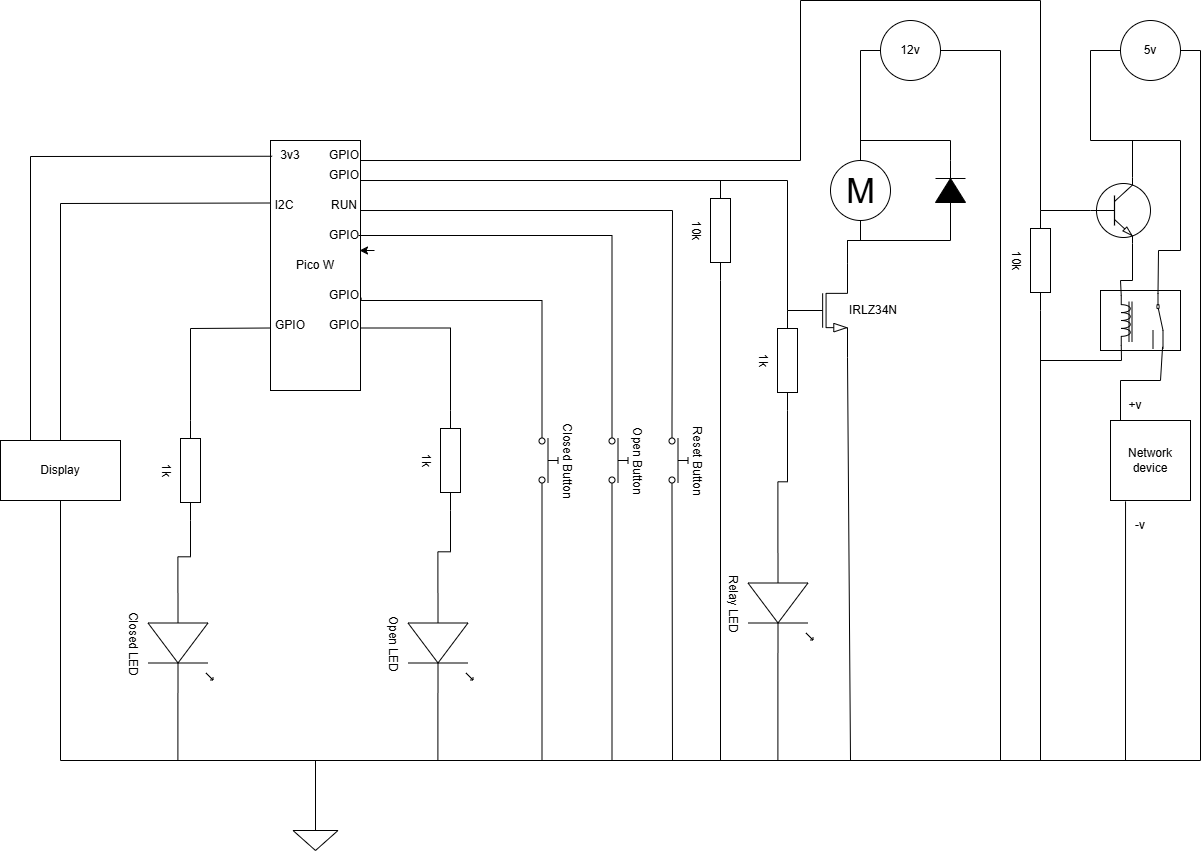
Above: images/SMIBHID circuit diagram.drawio.png in somakeit/smibhid (draw.io), before the change. Source tidied: cells renumbered, new cells last; positions are measured from the earlier drawing's top-left corner, leaving out a move shared by most shapes.
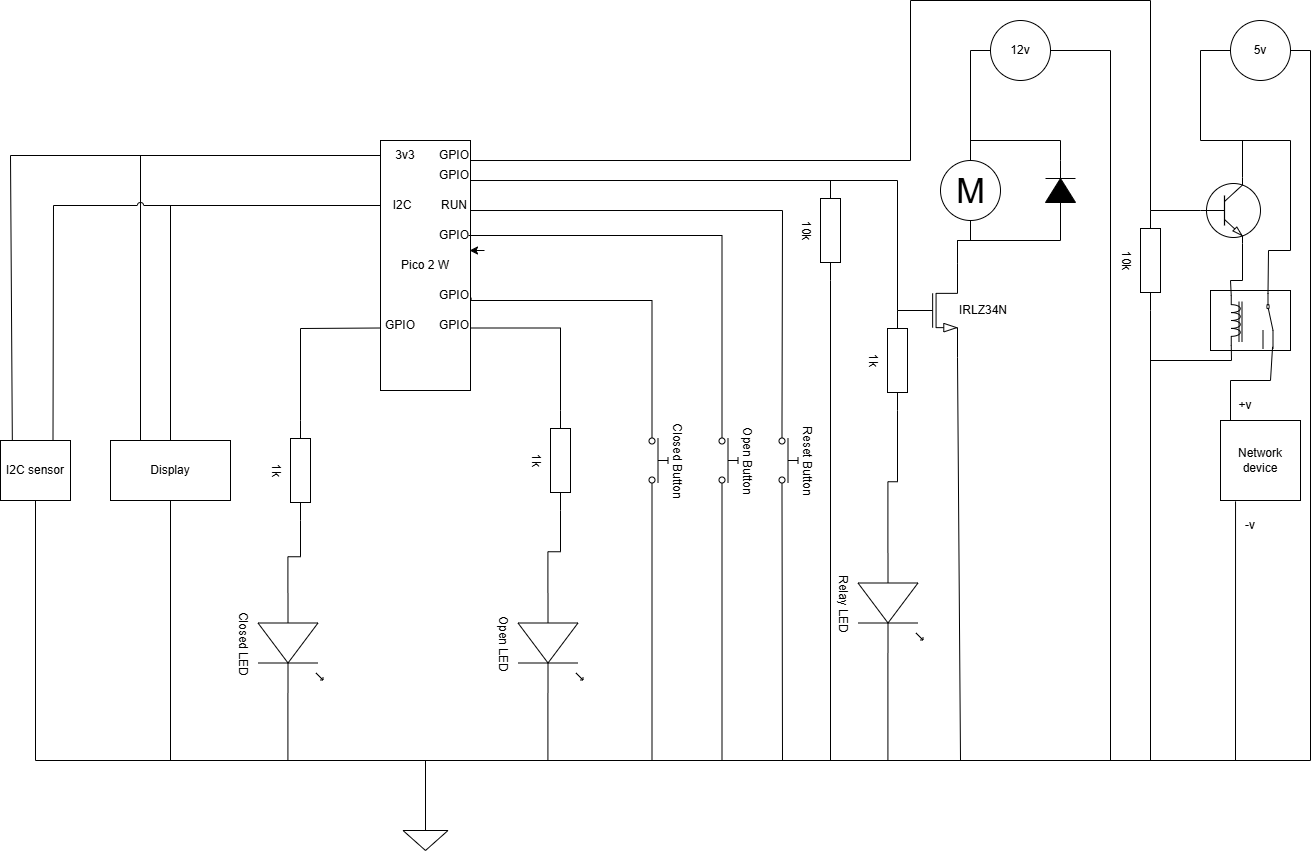
After the commit.

Commit message:
Update circuit diagram and move readme to Pico 2 w.

Change to the diagram source:
```diff
@@ -2,7 +2,7 @@
   <root>
     <mxCell id="0" />
     <mxCell id="1" parent="0" />
-    <mxCell id="2" value="Pico W" style="rounded=0;whiteSpace=wrap;html=1;" parent="1" vertex="1">
+    <mxCell id="2" value="Pico 2 W" style="rounded=0;whiteSpace=wrap;html=1;" parent="1" vertex="1">
       <mxGeometry x="270" y="140" width="90" height="250" as="geometry" />
     </mxCell>
     <mxCell id="3" style="endArrow=none;html=1;rounded=0;entryX=0;entryY=0.75;entryDx=0;entryDy=0;exitX=0;exitY=0.5;exitDx=0;exitDy=0;exitPerimeter=0;" parent="1" edge="1" source="4" target="2">
@@ -109,22 +109,22 @@
       <mxGeometry x="314" y="310" width="60" height="30" as="geometry" />
     </mxCell>
     <mxCell id="26" value="I2C" style="text;html=1;align=center;verticalAlign=middle;whiteSpace=wrap;rounded=0;" parent="1" vertex="1">
-      <mxGeometry x="254" y="190" width="60" height="30" as="geometry" />
+      <mxGeometry x="270" y="190" width="44" height="30" as="geometry" />
     </mxCell>
-    <mxCell id="27" style="endArrow=none;html=1;rounded=0;exitX=0.5;exitY=0;exitDx=0;exitDy=0;entryX=0;entryY=0.25;entryDx=0;entryDy=0;" parent="1" edge="1" source="20" target="2">
+    <mxCell id="27" style="endArrow=none;html=1;rounded=0;exitX=0.5;exitY=0;exitDx=0;exitDy=0;entryX=0;entryY=0.5;entryDx=0;entryDy=0;" parent="1" edge="1" source="20" target="26">
       <mxGeometry relative="1" as="geometry">
         <Array as="points">
-          <mxPoint x="60" y="203" />
+          <mxPoint x="60" y="205" />
         </Array>
       </mxGeometry>
     </mxCell>
     <mxCell id="28" value="3v3" style="text;html=1;align=center;verticalAlign=middle;whiteSpace=wrap;rounded=0;" parent="1" vertex="1">
-      <mxGeometry x="260" y="140" width="60" height="30" as="geometry" />
+      <mxGeometry x="270" y="140" width="50" height="30" as="geometry" />
     </mxCell>
-    <mxCell id="29" style="endArrow=none;html=1;rounded=0;exitX=0.25;exitY=0;exitDx=0;exitDy=0;entryX=0.018;entryY=0.063;entryDx=0;entryDy=0;entryPerimeter=0;" parent="1" edge="1" source="20" target="2">
+    <mxCell id="29" style="endArrow=none;html=1;rounded=0;exitX=0.25;exitY=0;exitDx=0;exitDy=0;entryX=0;entryY=0.5;entryDx=0;entryDy=0;" parent="1" edge="1" source="20" target="28">
       <mxGeometry relative="1" as="geometry">
         <Array as="points">
-          <mxPoint x="30" y="156" />
+          <mxPoint x="30" y="155" />
         </Array>
       </mxGeometry>
     </mxCell>
@@ -358,5 +358,30 @@
         </Array>
       </mxGeometry>
     </mxCell>
+    <mxCell id="74" value="I2C sensor" style="rounded=0;whiteSpace=wrap;html=1;" parent="1" vertex="1">
+      <mxGeometry x="-110" y="440" width="70" height="60" as="geometry" />
+    </mxCell>
+    <mxCell id="75" style="endArrow=none;html=1;rounded=0;exitX=0.169;exitY=0.007;exitDx=0;exitDy=0;exitPerimeter=0;entryX=0;entryY=0.5;entryDx=0;entryDy=0;" parent="1" edge="1" source="74" target="28">
+      <mxGeometry relative="1" as="geometry">
+        <Array as="points">
+          <mxPoint x="-100" y="155" />
+        </Array>
+      </mxGeometry>
+    </mxCell>
+    <mxCell id="76" style="endArrow=none;html=1;rounded=0;entryX=0;entryY=0.5;entryDx=0;entryDy=0;exitX=0.75;exitY=0;exitDx=0;exitDy=0;jumpStyle=arc;" parent="1" edge="1" source="74" target="26">
+      <mxGeometry relative="1" as="geometry">
+        <Array as="points">
+          <mxPoint x="-57" y="205" />
+        </Array>
+      </mxGeometry>
+    </mxCell>
+    <mxCell id="77" style="endArrow=none;html=1;rounded=0;entryX=0.5;entryY=1;entryDx=0;entryDy=0;exitX=0.5;exitY=0;exitDx=0;exitDy=0;exitPerimeter=0;" parent="1" edge="1" source="10" target="74">
+      <mxGeometry relative="1" as="geometry">
+        <Array as="points">
+          <mxPoint x="315" y="760" />
+          <mxPoint x="-75" y="760" />
+        </Array>
+      </mxGeometry>
+    </mxCell>
   </root>
 </mxGraphModel>
```
